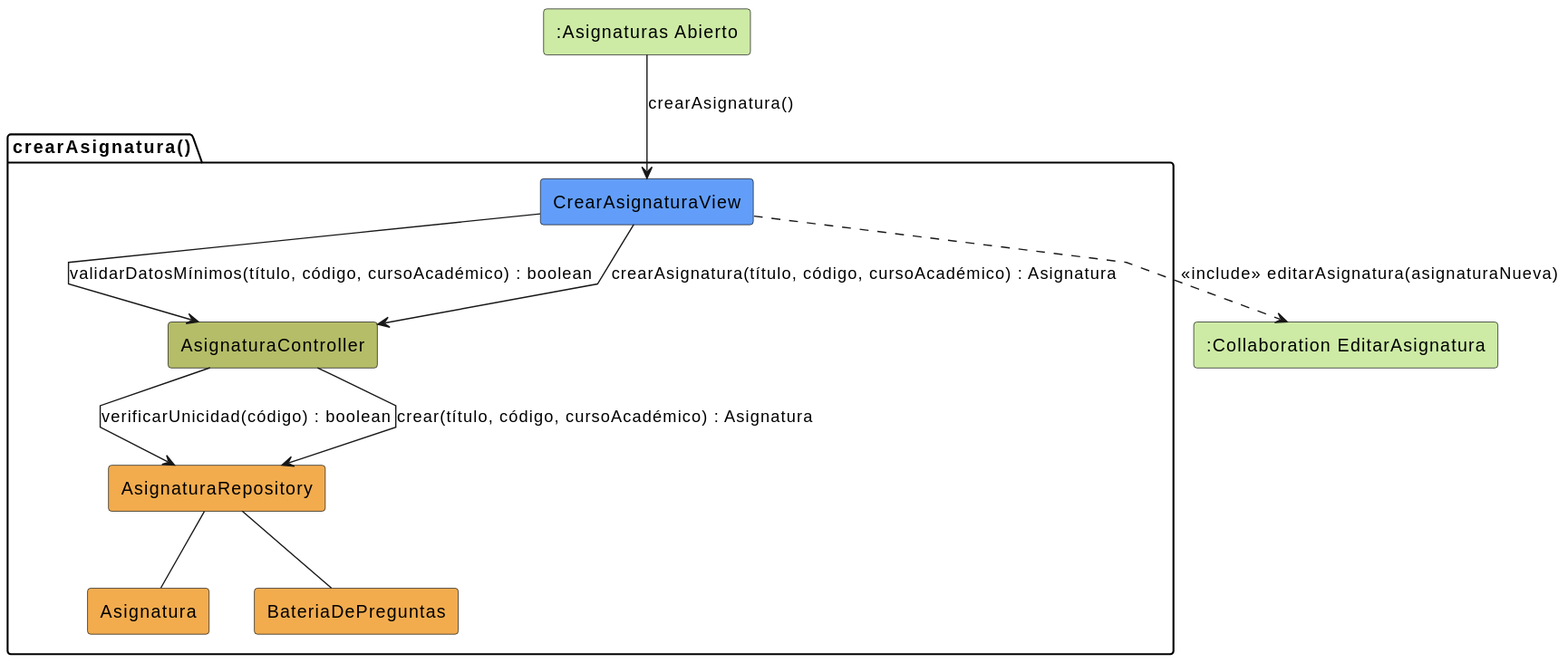
Above: images/analisis/crearAsignatura/colaboracion.svg in martinlopez7/25-26-idsw2-sdVC (PlantUML), before the change. The source it was exported from:
```plantuml
@startuml
skinparam linetype polyline

rectangle #CDEBA5 ":Asignaturas Abierto" as AsignaturasAbierto
rectangle #CDEBA5 ":Collaboration EditarAsignatura" as EditarAsignatura

package crearAsignatura as "crearAsignatura()" {
    rectangle #629EF9 CrearAsignaturaView
    rectangle #b5bd68 AsignaturaController
    rectangle #F2AC4E AsignaturaRepository
    rectangle #F2AC4E Asignatura
    rectangle #F2AC4E BateriaDePreguntas
}

AsignaturasAbierto --> CrearAsignaturaView: crearAsignatura()


CrearAsignaturaView -d-> AsignaturaController: validarDatosMínimos(título, código, cursoAcadémico) : boolean

AsignaturaController --> AsignaturaRepository: verificarUnicidad(código) : boolean

CrearAsignaturaView --> AsignaturaController: crearAsignatura(título, código, cursoAcadémico) : Asignatura

AsignaturaController --> AsignaturaRepository: crear(título, código, cursoAcadémico) : Asignatura

AsignaturaRepository -- Asignatura
AsignaturaRepository -- BateriaDePreguntas

CrearAsignaturaView ..> EditarAsignatura: <<include>> editarAsignatura(asignaturaNueva)
@enduml
```
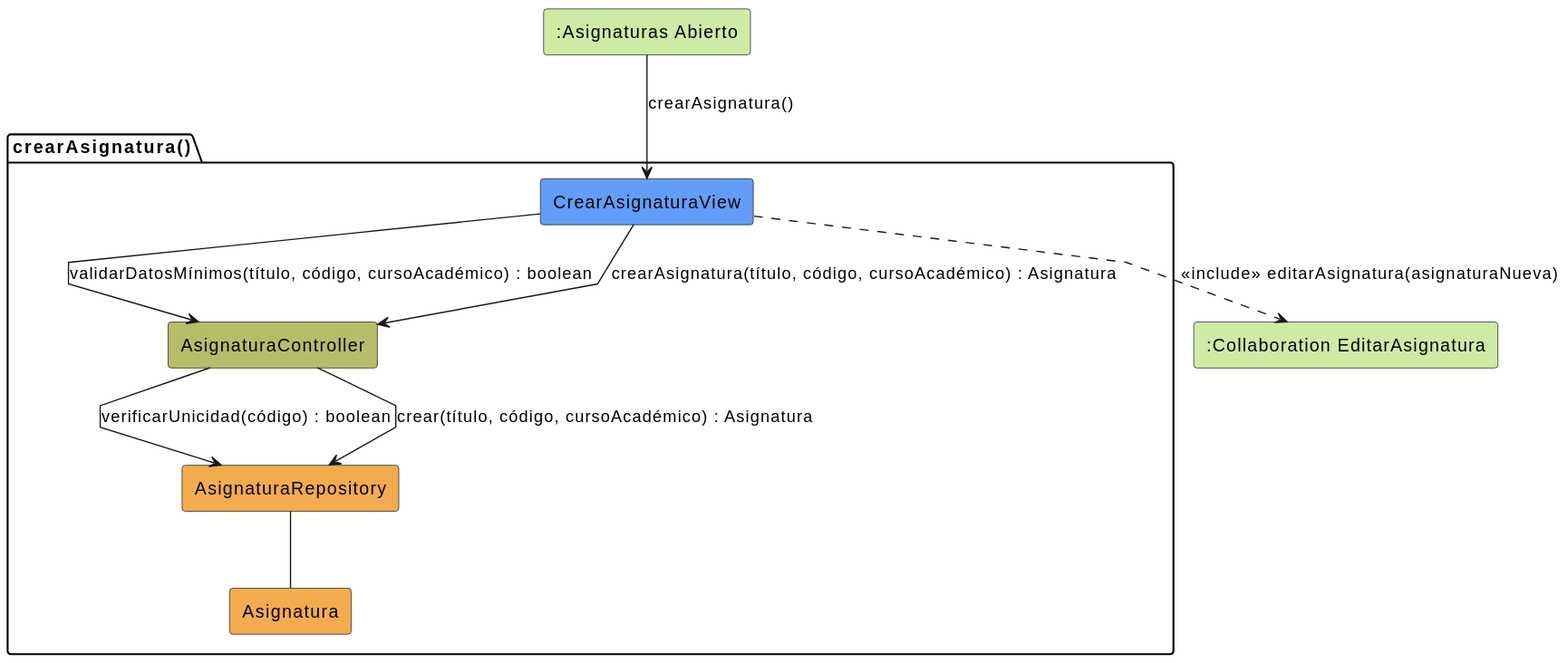
The same diagram one commit later.

Diff of the diagram source:
```diff
@@ -9,7 +9,6 @@
     rectangle #b5bd68 AsignaturaController
     rectangle #F2AC4E AsignaturaRepository
     rectangle #F2AC4E Asignatura
-    rectangle #F2AC4E BateriaDePreguntas
 }
 
 AsignaturasAbierto --> CrearAsignaturaView: crearAsignatura()
@@ -24,7 +23,6 @@
 AsignaturaController --> AsignaturaRepository: crear(título, código, cursoAcadémico) : Asignatura
 
 AsignaturaRepository -- Asignatura
-AsignaturaRepository -- BateriaDePreguntas
 
 CrearAsignaturaView ..> EditarAsignatura: <<include>> editarAsignatura(asignaturaNueva)
 @enduml
```
